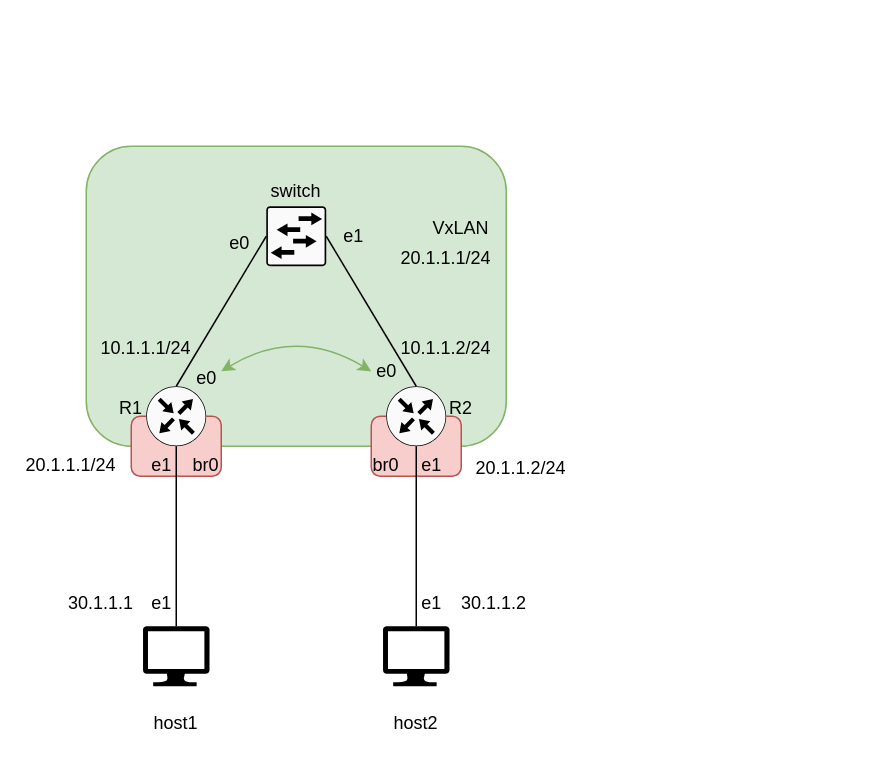
Earlier version of the draw.io diagram P3/resources/badass_p3.drawio (victor-chevillotte/badass). Source tidied: cells renumbered, new cells numbered last; positions are measured from the earlier drawing's top-left corner, leaving out a move shared by most shapes. Both pictures are drawn from the tidied source at 150%, with x=0, y=0 at pixel (26, 146).
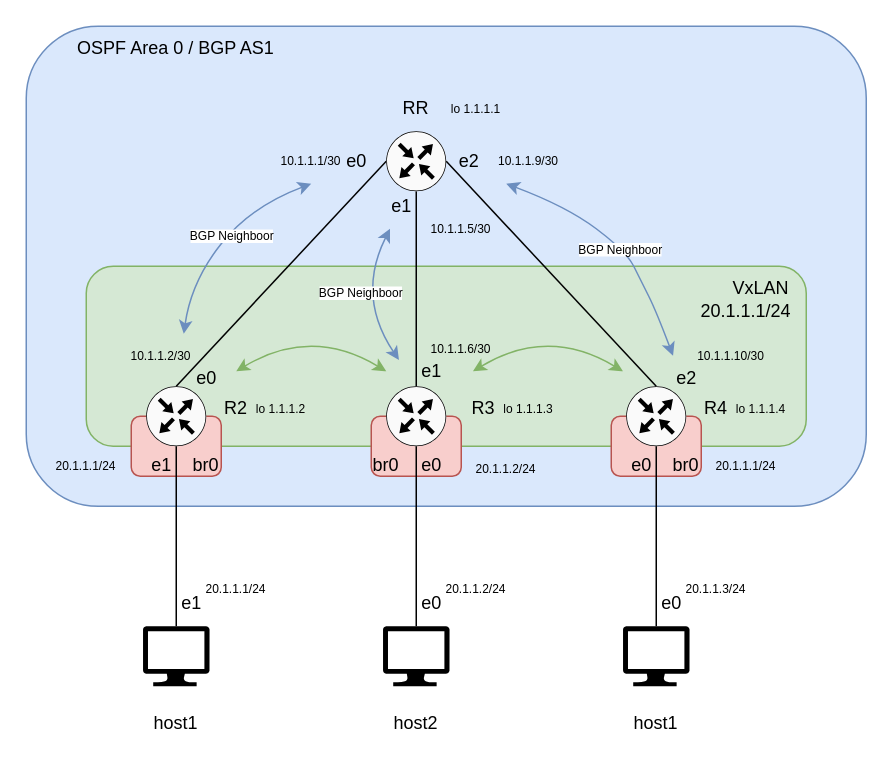
After the change.

Unchanged cells that the change refers to:
```xml
<mxCell id="6" style="sketch=0;points=[[0.5,0,0],[1,0.5,0],[0.5,1,0],[0,0.5,0],[0.145,0.145,0],[0.8555,0.145,0],[0.855,0.8555,0],[0.145,0.855,0]];verticalLabelPosition=bottom;html=1;verticalAlign=top;align=center;shape=mxgraph.cisco19.rect;prIcon=router;fillColor=#FAFAFA;strokeColor=#000000;" parent="1" vertex="1">
  <mxGeometry x="80" y="160" width="40" height="40" as="geometry" />
</mxCell>
<mxCell id="7" style="sketch=0;points=[[0.5,0,0],[1,0.5,0],[0.5,1,0],[0,0.5,0],[0.145,0.145,0],[0.8555,0.145,0],[0.855,0.8555,0],[0.145,0.855,0]];verticalLabelPosition=bottom;html=1;verticalAlign=top;align=center;shape=mxgraph.cisco19.rect;prIcon=router;fillColor=#FAFAFA;strokeColor=#000000;" parent="1" vertex="1">
  <mxGeometry x="240" y="160" width="40" height="40" as="geometry" />
</mxCell>
```

What changed in the source:
```diff
@@
+    <mxCell id="38" style="rounded=1;whiteSpace=wrap;html=1;fillColor=#dae8fc;strokeColor=#6c8ebf;" parent="1" vertex="1">
+      <mxGeometry y="-80" width="560" height="320" as="geometry" />
+    </mxCell>
     <mxCell id="2" style="rounded=1;whiteSpace=wrap;html=1;fillColor=#d5e8d4;strokeColor=#82b366;" parent="1" vertex="1">
-      <mxGeometry x="40" width="280" height="200" as="geometry" />
+      <mxGeometry x="40" y="80" width="480" height="120" as="geometry" />
     </mxCell>
@@
-    <mxCell id="5" style="sketch=0;points=[[0.015,0.015,0],[0.985,0.015,0],[0.985,0.985,0],[0.015,0.985,0],[0.25,0,0],[0.5,0,0],[0.75,0,0],[1,0.25,0],[1,0.5,0],[1,0.75,0],[0.75,1,0],[0.5,1,0],[0.25,1,0],[0,0.75,0],[0,0.5,0],[0,0.25,0]];verticalLabelPosition=bottom;html=1;verticalAlign=top;align=center;shape=mxgraph.cisco19.rect;prIcon=l2_switch;fillColor=#FAFAFA;strokeColor=#000000;" parent="1" vertex="1">
-      <mxGeometry x="160" y="40" width="40" height="40" as="geometry" />
-    </mxCell>
@@
-    <mxCell id="10" style="endArrow=none;html=1;rounded=0;entryX=0;entryY=0.5;entryDx=0;entryDy=0;entryPerimeter=0;exitX=0.5;exitY=0;exitDx=0;exitDy=0;exitPerimeter=0;" parent="1" edge="1" source="6" target="5">
+    <mxCell id="10" style="endArrow=none;html=1;rounded=0;entryX=0;entryY=0.5;entryDx=0;entryDy=0;entryPerimeter=0;exitX=0.5;exitY=0;exitDx=0;exitDy=0;exitPerimeter=0;" parent="1" edge="1" source="6" target="52">
       <mxGeometry relative="1" as="geometry" />
     </mxCell>
-    <mxCell id="11" style="endArrow=none;html=1;rounded=0;entryX=1;entryY=0.5;entryDx=0;entryDy=0;entryPerimeter=0;exitX=0.5;exitY=0;exitDx=0;exitDy=0;exitPerimeter=0;" parent="1" edge="1" source="7" target="5">
+    <mxCell id="11" style="endArrow=none;html=1;rounded=0;entryX=0.5;entryY=1;entryDx=0;entryDy=0;entryPerimeter=0;exitX=0.5;exitY=0;exitDx=0;exitDy=0;exitPerimeter=0;" parent="1" edge="1" source="7" target="52">
       <mxGeometry relative="1" as="geometry" />
     </mxCell>
@@
-    <mxCell id="14" value="R1" style="text;html=1;strokeColor=none;fillColor=none;align=center;verticalAlign=middle;whiteSpace=wrap;rounded=0;" parent="1" vertex="1">
-      <mxGeometry x="40" y="160" width="60" height="30" as="geometry" />
+    <mxCell id="14" value="R2" style="text;html=1;strokeColor=none;fillColor=none;align=center;verticalAlign=middle;whiteSpace=wrap;rounded=0;" parent="1" vertex="1">
+      <mxGeometry x="110" y="160" width="60" height="30" as="geometry" />
     </mxCell>
-    <mxCell id="15" value="switch" style="text;html=1;strokeColor=none;fillColor=none;align=center;verticalAlign=middle;whiteSpace=wrap;rounded=0;" parent="1" vertex="1">
-      <mxGeometry x="150" y="15" width="60" height="30" as="geometry" />
+    <mxCell id="15" value="RR" style="text;html=1;strokeColor=none;fillColor=none;align=center;verticalAlign=middle;whiteSpace=wrap;rounded=0;" parent="1" vertex="1">
+      <mxGeometry x="230" y="-40" width="60" height="30" as="geometry" />
     </mxCell>
-    <mxCell id="16" value="R2" style="text;html=1;strokeColor=none;fillColor=none;align=center;verticalAlign=middle;whiteSpace=wrap;rounded=0;" parent="1" vertex="1">
-      <mxGeometry x="260" y="160" width="60" height="30" as="geometry" />
+    <mxCell id="16" value="R3" style="text;html=1;strokeColor=none;fillColor=none;align=center;verticalAlign=middle;whiteSpace=wrap;rounded=0;" parent="1" vertex="1">
+      <mxGeometry x="275" y="160" width="60" height="30" as="geometry" />
     </mxCell>
@@
     <mxCell id="19" value="e0" style="text;html=1;align=center;verticalAlign=middle;strokeColor=none;fillColor=none;" parent="1" vertex="1">
-      <mxGeometry x="122.2" y="50" width="40" height="30" as="geometry" />
+      <mxGeometry x="200" y="-5" width="40" height="30" as="geometry" />
     </mxCell>
@@
     <mxCell id="22" value="e1" style="text;html=1;align=center;verticalAlign=middle;strokeColor=none;fillColor=none;" parent="1" vertex="1">
-      <mxGeometry x="70" y="290" width="40" height="30" as="geometry" />
+      <mxGeometry x="90" y="290" width="40" height="30" as="geometry" />
     </mxCell>
-    <mxCell id="23" value="e1" style="text;html=1;align=center;verticalAlign=middle;strokeColor=none;fillColor=none;" parent="1" vertex="1">
+    <mxCell id="23" value="e0" style="text;html=1;align=center;verticalAlign=middle;strokeColor=none;fillColor=none;" parent="1" vertex="1">
       <mxGeometry x="250" y="290" width="40" height="30" as="geometry" />
     </mxCell>
-    <mxCell id="24" value="e1" style="text;html=1;align=center;verticalAlign=middle;strokeColor=none;fillColor=none;" parent="1" vertex="1">
+    <mxCell id="24" value="e0" style="text;html=1;align=center;verticalAlign=middle;strokeColor=none;fillColor=none;" parent="1" vertex="1">
       <mxGeometry x="250" y="198" width="40" height="30" as="geometry" />
     </mxCell>
-    <mxCell id="25" value="e0" style="text;html=1;align=center;verticalAlign=middle;points=[];strokeColor=none;fillColor=none;" parent="1" vertex="1">
-      <mxGeometry x="220" y="135" width="40" height="30" as="geometry" />
+    <mxCell id="25" value="e1" style="text;html=1;align=center;verticalAlign=middle;points=[];strokeColor=none;fillColor=none;" parent="1" vertex="1">
+      <mxGeometry x="250" y="135" width="40" height="30" as="geometry" />
     </mxCell>
     <mxCell id="26" value="e1" style="text;html=1;align=center;verticalAlign=middle;points=[];strokeColor=none;fillColor=none;" parent="1" vertex="1">
-      <mxGeometry x="197.8" y="45" width="40" height="30" as="geometry" />
+      <mxGeometry x="230" y="25" width="40" height="30" as="geometry" />
     </mxCell>
     <mxCell id="27" value="VxLAN" style="text;html=1;strokeColor=none;fillColor=none;align=center;verticalAlign=middle;whiteSpace=wrap;rounded=0;" parent="1" vertex="1">
-      <mxGeometry x="260" y="40" width="60" height="30" as="geometry" />
+      <mxGeometry x="460" y="80" width="60" height="30" as="geometry" />
     </mxCell>
     <mxCell id="28" style="curved=1;endArrow=classic;html=1;rounded=0;fillColor=#d5e8d4;strokeColor=#82b366;startArrow=classic;startFill=1;" parent="1" edge="1">
       <mxGeometry relative="1" as="geometry">
-        <mxPoint x="230" y="150" as="sourcePoint" />
-        <mxPoint x="130" y="150" as="targetPoint" />
+        <mxPoint x="240" y="150" as="sourcePoint" />
+        <mxPoint x="140" y="150" as="targetPoint" />
         <Array as="points">
-          <mxPoint x="180" y="120" />
+          <mxPoint x="190" y="120" />
         </Array>
       </mxGeometry>
     </mxCell>
@@
-    <mxCell id="31" value="30.1.1.1" style="text;html=1;strokeColor=none;fillColor=none;align=center;verticalAlign=middle;whiteSpace=wrap;rounded=0;" parent="1" vertex="1">
-      <mxGeometry x="20" y="290" width="60" height="30" as="geometry" />
+    <mxCell id="31" value="20.1.1.1/24" style="text;html=1;strokeColor=none;fillColor=none;align=center;verticalAlign=middle;whiteSpace=wrap;rounded=0;fontSize=8;" parent="1" vertex="1">
+      <mxGeometry x="110" y="280" width="60" height="30" as="geometry" />
     </mxCell>
-    <mxCell id="32" value="30.1.1.2" style="text;html=1;strokeColor=none;fillColor=none;align=center;verticalAlign=middle;whiteSpace=wrap;rounded=0;" parent="1" vertex="1">
-      <mxGeometry x="282.2" y="290" width="60" height="30" as="geometry" />
+    <mxCell id="32" value="20.1.1.2/24" style="text;html=1;strokeColor=none;fillColor=none;align=center;verticalAlign=middle;whiteSpace=wrap;rounded=0;fontSize=8;" parent="1" vertex="1">
+      <mxGeometry x="270" y="280" width="60" height="30" as="geometry" />
     </mxCell>
     <mxCell id="33" value="20.1.1.1/24" style="text;html=1;strokeColor=none;fillColor=none;align=center;verticalAlign=middle;whiteSpace=wrap;rounded=0;" parent="1" vertex="1">
-      <mxGeometry x="250" y="60" width="60" height="30" as="geometry" />
+      <mxGeometry x="450" y="95" width="60" height="30" as="geometry" />
     </mxCell>
-    <mxCell id="34" value="20.1.1.2/24" style="text;html=1;strokeColor=none;fillColor=none;align=center;verticalAlign=middle;whiteSpace=wrap;rounded=0;" parent="1" vertex="1">
-      <mxGeometry x="300" y="200" width="60" height="30" as="geometry" />
+    <mxCell id="34" value="20.1.1.2/24" style="text;html=1;strokeColor=none;fillColor=none;align=center;verticalAlign=middle;whiteSpace=wrap;rounded=0;fontSize=8;" parent="1" vertex="1">
+      <mxGeometry x="290" y="200" width="60" height="30" as="geometry" />
     </mxCell>
-    <mxCell id="35" value="20.1.1.1/24" style="text;html=1;strokeColor=none;fillColor=none;align=center;verticalAlign=middle;whiteSpace=wrap;rounded=0;" parent="1" vertex="1">
-      <mxGeometry y="198" width="60" height="30" as="geometry" />
+    <mxCell id="35" value="20.1.1.1/24" style="text;html=1;strokeColor=none;fillColor=none;align=center;verticalAlign=middle;whiteSpace=wrap;rounded=0;fontSize=8;" parent="1" vertex="1">
+      <mxGeometry x="10" y="198" width="60" height="30" as="geometry" />
     </mxCell>
-    <mxCell id="36" value="10.1.1.1/24" style="text;html=1;strokeColor=none;fillColor=none;align=center;verticalAlign=middle;whiteSpace=wrap;rounded=0;" parent="1" vertex="1">
-      <mxGeometry x="50" y="120" width="60" height="30" as="geometry" />
+    <mxCell id="36" value="10.1.1.2/30" style="text;html=1;strokeColor=none;fillColor=none;align=center;verticalAlign=middle;whiteSpace=wrap;rounded=0;fontSize=8;" parent="1" vertex="1">
+      <mxGeometry x="60" y="125" width="60" height="30" as="geometry" />
     </mxCell>
-    <mxCell id="37" value="10.1.1.2/24" style="text;html=1;strokeColor=none;fillColor=none;align=center;verticalAlign=middle;whiteSpace=wrap;rounded=0;" parent="1" vertex="1">
-      <mxGeometry x="250" y="120" width="60" height="30" as="geometry" />
+    <mxCell id="37" value="10.1.1.6/30" style="text;html=1;strokeColor=none;fillColor=none;align=center;verticalAlign=middle;whiteSpace=wrap;rounded=0;fontSize=8;" parent="1" vertex="1">
+      <mxGeometry x="260" y="120" width="60" height="30" as="geometry" />
     </mxCell>
+    <mxCell id="39" style="rounded=1;whiteSpace=wrap;html=1;fillColor=#f8cecc;strokeColor=#b85450;" parent="1" vertex="1">
+      <mxGeometry x="390" y="180" width="60" height="40" as="geometry" />
+    </mxCell>
+    <mxCell id="40" style="sketch=0;points=[[0.5,0,0],[1,0.5,0],[0.5,1,0],[0,0.5,0],[0.145,0.145,0],[0.8555,0.145,0],[0.855,0.8555,0],[0.145,0.855,0]];verticalLabelPosition=bottom;html=1;verticalAlign=top;align=center;shape=mxgraph.cisco19.rect;prIcon=router;fillColor=#FAFAFA;strokeColor=#000000;" parent="1" vertex="1">
+      <mxGeometry x="400" y="160" width="40" height="40" as="geometry" />
+    </mxCell>
+    <mxCell id="41" style="sketch=0;shadow=0;dashed=0;html=1;strokeColor=none;labelPosition=center;verticalLabelPosition=bottom;verticalAlign=top;align=center;fillColor=#000000;shape=mxgraph.azure.computer;" parent="1" vertex="1">
+      <mxGeometry x="397.8" y="320" width="44.4" height="40" as="geometry" />
+    </mxCell>
+    <mxCell id="42" style="endArrow=none;html=1;rounded=0;entryX=0.5;entryY=0;entryDx=0;entryDy=0;entryPerimeter=0;exitX=0.5;exitY=1;exitDx=0;exitDy=0;exitPerimeter=0;" parent="1" edge="1" source="40" target="41">
+      <mxGeometry relative="1" as="geometry" />
+    </mxCell>
+    <mxCell id="43" value="R4" style="text;html=1;strokeColor=none;fillColor=none;align=center;verticalAlign=middle;whiteSpace=wrap;rounded=0;" parent="1" vertex="1">
+      <mxGeometry x="430" y="160" width="60" height="30" as="geometry" />
+    </mxCell>
+    <mxCell id="44" value="host1" style="text;html=1;strokeColor=none;fillColor=none;align=center;verticalAlign=middle;whiteSpace=wrap;rounded=0;" parent="1" vertex="1">
+      <mxGeometry x="390" y="370" width="60" height="30" as="geometry" />
+    </mxCell>
+    <mxCell id="45" value="e2" style="text;html=1;align=center;verticalAlign=middle;points=[];strokeColor=none;fillColor=none;" parent="1" vertex="1">
+      <mxGeometry x="420" y="140" width="40" height="30" as="geometry" />
+    </mxCell>
+    <mxCell id="46" value="e0" style="text;html=1;align=center;verticalAlign=middle;strokeColor=none;fillColor=none;" parent="1" vertex="1">
+      <mxGeometry x="390" y="198" width="40" height="30" as="geometry" />
+    </mxCell>
+    <mxCell id="47" value="e0" style="text;html=1;align=center;verticalAlign=middle;strokeColor=none;fillColor=none;" parent="1" vertex="1">
+      <mxGeometry x="410" y="290" width="40" height="30" as="geometry" />
+    </mxCell>
+    <mxCell id="48" value="br0" style="text;html=1;strokeColor=none;fillColor=none;align=center;verticalAlign=middle;whiteSpace=wrap;rounded=0;" parent="1" vertex="1">
+      <mxGeometry x="410" y="198" width="60" height="30" as="geometry" />
+    </mxCell>
+    <mxCell id="49" value="20.1.1.3/24" style="text;html=1;strokeColor=none;fillColor=none;align=center;verticalAlign=middle;whiteSpace=wrap;rounded=0;fontSize=8;" parent="1" vertex="1">
+      <mxGeometry x="430" y="280" width="60" height="30" as="geometry" />
+    </mxCell>
+    <mxCell id="50" value="20.1.1.1/24" style="text;html=1;strokeColor=none;fillColor=none;align=center;verticalAlign=middle;whiteSpace=wrap;rounded=0;fontSize=8;" parent="1" vertex="1">
+      <mxGeometry x="450" y="198" width="60" height="30" as="geometry" />
+    </mxCell>
+    <mxCell id="51" style="curved=1;endArrow=classic;html=1;rounded=0;fillColor=#d5e8d4;strokeColor=#82b366;startArrow=classic;startFill=1;" parent="1" edge="1">
+      <mxGeometry relative="1" as="geometry">
+        <mxPoint x="397.8" y="150" as="sourcePoint" />
+        <mxPoint x="297.8" y="150" as="targetPoint" />
+        <Array as="points">
+          <mxPoint x="347.8" y="120" />
+        </Array>
+      </mxGeometry>
+    </mxCell>
+    <mxCell id="52" style="sketch=0;points=[[0.5,0,0],[1,0.5,0],[0.5,1,0],[0,0.5,0],[0.145,0.145,0],[0.8555,0.145,0],[0.855,0.8555,0],[0.145,0.855,0]];verticalLabelPosition=bottom;html=1;verticalAlign=top;align=center;shape=mxgraph.cisco19.rect;prIcon=router;fillColor=#FAFAFA;strokeColor=#000000;" parent="1" vertex="1">
+      <mxGeometry x="240" y="-10" width="40" height="40" as="geometry" />
+    </mxCell>
+    <mxCell id="53" style="endArrow=none;html=1;rounded=0;entryX=1;entryY=0.5;entryDx=0;entryDy=0;entryPerimeter=0;exitX=0.5;exitY=0;exitDx=0;exitDy=0;exitPerimeter=0;" parent="1" edge="1" source="40" target="52">
+      <mxGeometry relative="1" as="geometry" />
+    </mxCell>
+    <mxCell id="54" value="e2" style="text;html=1;align=center;verticalAlign=middle;strokeColor=none;fillColor=none;" parent="1" vertex="1">
+      <mxGeometry x="275" y="-5" width="40" height="30" as="geometry" />
+    </mxCell>
+    <mxCell id="55" value="lo 1.1.1.1" style="text;html=1;strokeColor=none;fillColor=none;align=center;verticalAlign=middle;whiteSpace=wrap;rounded=0;fontSize=8;" parent="1" vertex="1">
+      <mxGeometry x="270" y="-40" width="60" height="30" as="geometry" />
+    </mxCell>
+    <mxCell id="56" value="10.1.1.1/30" style="text;html=1;strokeColor=none;fillColor=none;align=center;verticalAlign=middle;whiteSpace=wrap;rounded=0;fontSize=8;" parent="1" vertex="1">
+      <mxGeometry x="160" y="-5" width="60" height="30" as="geometry" />
+    </mxCell>
+    <mxCell id="57" value="10.1.1.5/30" style="text;html=1;strokeColor=none;fillColor=none;align=center;verticalAlign=middle;whiteSpace=wrap;rounded=0;fontSize=8;" parent="1" vertex="1">
+      <mxGeometry x="260" y="40" width="60" height="30" as="geometry" />
+    </mxCell>
+    <mxCell id="58" value="10.1.1.9/30" style="text;html=1;strokeColor=none;fillColor=none;align=center;verticalAlign=middle;whiteSpace=wrap;rounded=0;fontSize=8;" parent="1" vertex="1">
+      <mxGeometry x="305" y="-5" width="60" height="30" as="geometry" />
+    </mxCell>
+    <mxCell id="59" value="lo 1.1.1.2" style="text;html=1;strokeColor=none;fillColor=none;align=center;verticalAlign=middle;whiteSpace=wrap;rounded=0;fontSize=8;" parent="1" vertex="1">
+      <mxGeometry x="140" y="160" width="60" height="30" as="geometry" />
+    </mxCell>
+    <mxCell id="60" value="lo 1.1.1.3" style="text;html=1;strokeColor=none;fillColor=none;align=center;verticalAlign=middle;whiteSpace=wrap;rounded=0;fontSize=8;" parent="1" vertex="1">
+      <mxGeometry x="305" y="160" width="60" height="30" as="geometry" />
+    </mxCell>
+    <mxCell id="61" value="lo 1.1.1.4" style="text;html=1;strokeColor=none;fillColor=none;align=center;verticalAlign=middle;whiteSpace=wrap;rounded=0;fontSize=8;" parent="1" vertex="1">
+      <mxGeometry x="460" y="160" width="60" height="30" as="geometry" />
+    </mxCell>
+    <mxCell id="62" value="OSPF Area 0 / BGP AS1" style="text;html=1;strokeColor=none;fillColor=none;align=center;verticalAlign=middle;whiteSpace=wrap;rounded=0;" parent="1" vertex="1">
+      <mxGeometry x="30" y="-80" width="140" height="30" as="geometry" />
+    </mxCell>
+    <mxCell id="63" value="10.1.1.10/30" style="text;html=1;strokeColor=none;fillColor=none;align=center;verticalAlign=middle;whiteSpace=wrap;rounded=0;fontSize=8;" parent="1" vertex="1">
+      <mxGeometry x="440" y="125" width="60" height="30" as="geometry" />
+    </mxCell>
+    <mxCell id="64" style="curved=1;endArrow=classic;html=1;rounded=0;fillColor=#dae8fc;strokeColor=#6c8ebf;startArrow=classic;startFill=1;entryX=0.75;entryY=0;entryDx=0;entryDy=0;exitX=0.5;exitY=1;exitDx=0;exitDy=0;" parent="1" edge="1">
+      <mxGeometry relative="1" as="geometry">
+        <mxPoint x="190" y="25" as="sourcePoint" />
+        <mxPoint x="105" y="125" as="targetPoint" />
+        <Array as="points">
+          <mxPoint x="150" y="40" />
+          <mxPoint x="110" y="90" />
+        </Array>
+      </mxGeometry>
+    </mxCell>
+    <mxCell id="65" value="BGP Neighboor" style="edgeLabel;html=1;align=center;verticalAlign=middle;fontSize=8;" parent="64" vertex="1">
+      <mxGeometry x="-0.06" y="2" relative="1" as="geometry">
+        <mxPoint y="-1" as="offset" />
+      </mxGeometry>
+    </mxCell>
+    <mxCell id="66" style="curved=1;endArrow=classic;html=1;rounded=0;fillColor=#dae8fc;strokeColor=#6c8ebf;startArrow=classic;startFill=1;entryX=0.25;entryY=1;entryDx=0;entryDy=0;exitX=0.28;exitY=-0.01;exitDx=0;exitDy=0;exitPerimeter=0;" parent="1" edge="1" source="45" target="58">
+      <mxGeometry relative="1" as="geometry">
+        <Array as="points">
+          <mxPoint x="420" y="110" />
+          <mxPoint x="410" y="90" />
+          <mxPoint x="400" y="70" />
+          <mxPoint x="360" y="40" />
+        </Array>
+      </mxGeometry>
+    </mxCell>
+    <mxCell id="67" value="BGP Neighboor" style="edgeLabel;html=1;align=center;verticalAlign=middle;fontSize=8;" parent="66" vertex="1">
+      <mxGeometry x="-0.06" y="2" relative="1" as="geometry">
+        <mxPoint y="-1" as="offset" />
+      </mxGeometry>
+    </mxCell>
+    <mxCell id="68" style="curved=1;endArrow=classic;html=1;rounded=0;fillColor=#dae8fc;strokeColor=#6c8ebf;startArrow=classic;startFill=1;entryX=-0.038;entryY=0.25;entryDx=0;entryDy=0;entryPerimeter=0;" parent="1" edge="1" source="26" target="25">
+      <mxGeometry relative="1" as="geometry">
+        <Array as="points">
+          <mxPoint x="220" y="100" />
+        </Array>
+      </mxGeometry>
+    </mxCell>
+    <mxCell id="69" value="BGP Neighboor" style="edgeLabel;html=1;align=center;verticalAlign=middle;fontSize=8;" parent="68" vertex="1">
+      <mxGeometry x="-0.06" y="2" relative="1" as="geometry">
+        <mxPoint y="-1" as="offset" />
+      </mxGeometry>
+    </mxCell>
```
